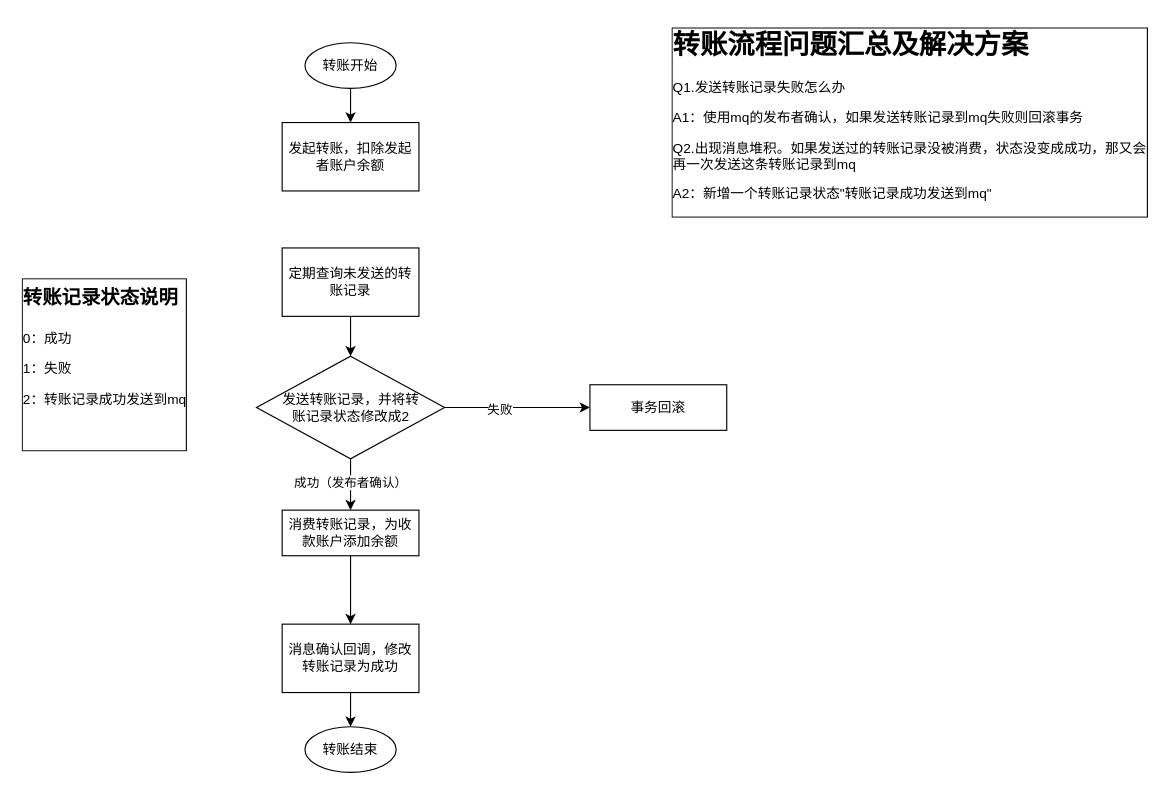
This is transfer.drawio from liepig1223/drawio, a draw.io file, before an edit. Source tidied: cells renumbered, new cells numbered last; positions are measured from the earlier drawing's top-left corner, leaving out a move shared by most shapes. Both pictures are drawn from the tidied source at 114%, with x=0, y=0 at pixel (19, 19).
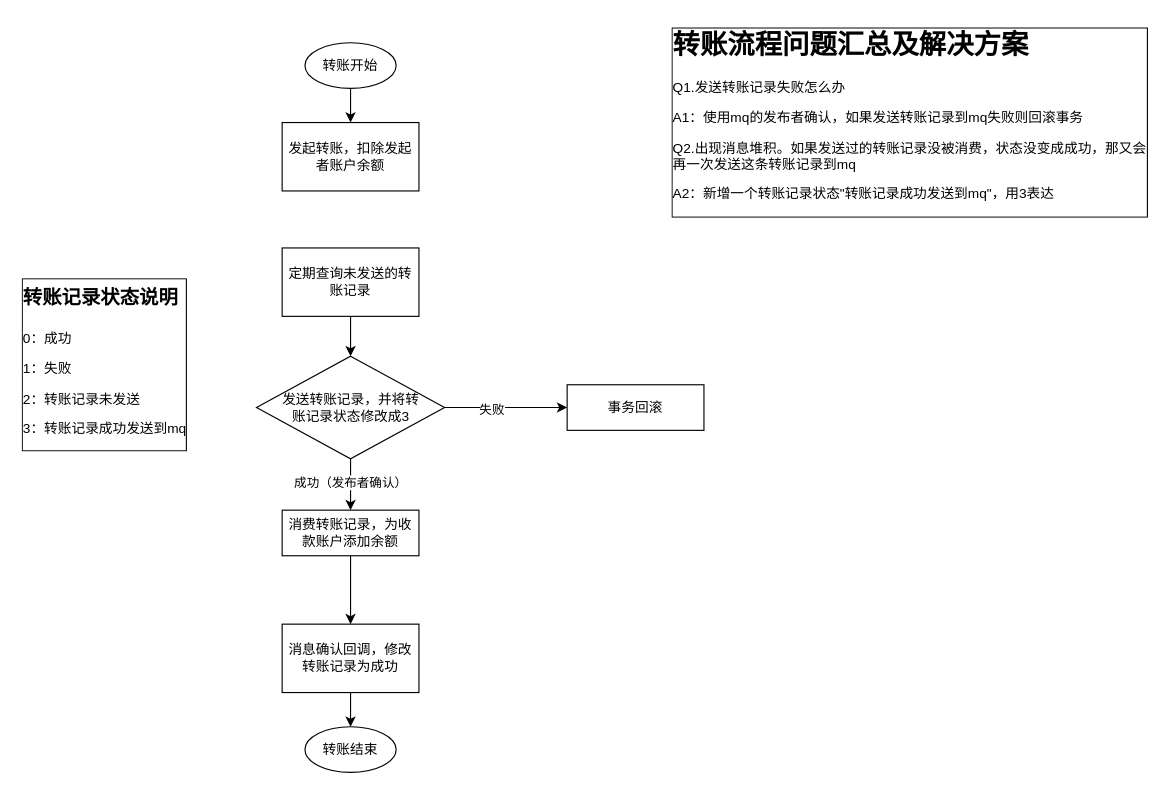
After the change.

The edit, as a diff of the source:
```diff
@@
 <mxGraphModel>
   <root>
     <mxCell id="0" />
     <mxCell id="1" parent="0" />
     <mxCell id="2" style="edgeStyle=orthogonalEdgeStyle;rounded=0;jettySize=auto;html=1;exitX=0.5;exitY=1;exitDx=0;exitDy=0;entryX=0.5;entryY=0;entryDx=0;entryDy=0;" parent="1" edge="1" source="3" target="5">
       <mxGeometry relative="1" as="geometry" />
     </mxCell>
     <mxCell id="3" value="转账开始" style="ellipse;whiteSpace=wrap;html=1;" parent="1" vertex="1">
       <mxGeometry x="250" y="20" width="80" height="40" as="geometry" />
     </mxCell>
     <mxCell id="4" value="转账结束" style="ellipse;whiteSpace=wrap;html=1;" parent="1" vertex="1">
       <mxGeometry x="250" y="620" width="80" height="40" as="geometry" />
     </mxCell>
     <mxCell id="5" value="发起转账，扣除发起者账户余额" style="rounded=0;whiteSpace=wrap;html=1;" parent="1" vertex="1">
       <mxGeometry x="230" y="90" width="120" height="60" as="geometry" />
     </mxCell>
     <mxCell id="6" style="edgeStyle=orthogonalEdgeStyle;rounded=0;jettySize=auto;html=1;exitX=0.5;exitY=1;exitDx=0;exitDy=0;entryX=0.5;entryY=0;entryDx=0;entryDy=0;" parent="1" edge="1" source="7" target="12">
       <mxGeometry relative="1" as="geometry" />
     </mxCell>
     <mxCell id="7" value="定期查询未发送的转账记录" style="rounded=0;whiteSpace=wrap;html=1;" parent="1" vertex="1">
       <mxGeometry x="230" y="200" width="120" height="60" as="geometry" />
     </mxCell>
     <mxCell id="8" style="edgeStyle=orthogonalEdgeStyle;rounded=0;jettySize=auto;html=1;exitX=0.5;exitY=1;exitDx=0;exitDy=0;entryX=0.5;entryY=0;entryDx=0;entryDy=0;" parent="1" edge="1" source="12" target="14">
       <mxGeometry relative="1" as="geometry" />
     </mxCell>
     <mxCell id="9" value="成功（发布者确认）" style="edgeLabel;html=1;align=center;verticalAlign=middle;" parent="8" vertex="1">
       <mxGeometry x="-0.1" y="-1" relative="1" as="geometry" />
     </mxCell>
     <mxCell id="10" style="edgeStyle=orthogonalEdgeStyle;rounded=0;jettySize=auto;html=1;exitX=1;exitY=0.5;exitDx=0;exitDy=0;entryX=0;entryY=0.5;entryDx=0;entryDy=0;" parent="1" edge="1" source="12" target="15">
       <mxGeometry relative="1" as="geometry" />
     </mxCell>
     <mxCell id="11" value="失败" style="edgeLabel;html=1;align=center;verticalAlign=middle;" parent="10" vertex="1">
       <mxGeometry x="-0.24" y="-1" relative="1" as="geometry" />
     </mxCell>
-    <mxCell id="12" value="&lt;div&gt;发送转账记录，并将转&lt;/div&gt;&lt;div&gt;账记录状态修改成2&lt;/div&gt;" style="rhombus;whiteSpace=wrap;html=1;" parent="1" vertex="1">
+    <mxCell id="12" value="&lt;div&gt;发送转账记录，并将转&lt;/div&gt;&lt;div&gt;账记录状态修改成3&lt;/div&gt;" style="rhombus;whiteSpace=wrap;html=1;" parent="1" vertex="1">
       <mxGeometry x="207.5" y="295" width="165" height="90" as="geometry" />
     </mxCell>
     <mxCell id="13" style="edgeStyle=orthogonalEdgeStyle;rounded=0;jettySize=auto;html=1;exitX=0.5;exitY=1;exitDx=0;exitDy=0;entryX=0.5;entryY=0;entryDx=0;entryDy=0;" parent="1" edge="1" source="14" target="17">
       <mxGeometry relative="1" as="geometry" />
     </mxCell>
     <mxCell id="14" value="消费转账记录，为收款账户添加余额" style="rounded=0;whiteSpace=wrap;html=1;" parent="1" vertex="1">
       <mxGeometry x="230" y="430" width="120" height="40" as="geometry" />
     </mxCell>
     <mxCell id="15" value="事务回滚" style="rounded=0;whiteSpace=wrap;html=1;" parent="1" vertex="1">
-      <mxGeometry x="500" y="320" width="120" height="40" as="geometry" />
+      <mxGeometry x="480" y="320" width="120" height="40" as="geometry" />
     </mxCell>
     <mxCell id="16" style="edgeStyle=orthogonalEdgeStyle;rounded=0;jettySize=auto;html=1;exitX=0.5;exitY=1;exitDx=0;exitDy=0;entryX=0.5;entryY=0;entryDx=0;entryDy=0;" parent="1" edge="1" source="17" target="4">
       <mxGeometry relative="1" as="geometry" />
     </mxCell>
     <mxCell id="17" value="消息确认回调，修改转账记录为成功" style="rounded=0;whiteSpace=wrap;html=1;" parent="1" vertex="1">
       <mxGeometry x="230" y="530" width="120" height="60" as="geometry" />
     </mxCell>
-    <mxCell id="18" value="&lt;h1 style=&quot;margin-top: 0px;&quot;&gt;转账流程问题汇总及解决方案&lt;br&gt;&lt;/h1&gt;&lt;p&gt;Q1.发送转账记录失败怎么办&lt;/p&gt;&lt;p&gt;A1：使用mq的发布者确认，如果发送转账记录到mq失败则回滚事务&lt;/p&gt;&lt;p&gt;Q2.出现消息堆积。如果发送过的转账记录没被消费，状态没变成成功，那又会再一次发送这条转账记录到mq&lt;/p&gt;&lt;p&gt;A2：新增一个转账记录状态&quot;转账记录成功发送到mq&quot;&lt;br&gt;&lt;/p&gt;" style="text;html=1;whiteSpace=wrap;overflow=hidden;rounded=0;labelBorderColor=default;" parent="1" vertex="1">
+    <mxCell id="18" value="&lt;h1 style=&quot;margin-top: 0px;&quot;&gt;转账流程问题汇总及解决方案&lt;br&gt;&lt;/h1&gt;&lt;p&gt;Q1.发送转账记录失败怎么办&lt;/p&gt;&lt;p&gt;A1：使用mq的发布者确认，如果发送转账记录到mq失败则回滚事务&lt;/p&gt;&lt;p&gt;Q2.出现消息堆积。如果发送过的转账记录没被消费，状态没变成成功，那又会再一次发送这条转账记录到mq&lt;/p&gt;&lt;p&gt;A2：新增一个转账记录状态&quot;转账记录成功发送到mq&quot;，用3表达&lt;br&gt;&lt;/p&gt;" style="text;html=1;whiteSpace=wrap;overflow=hidden;rounded=0;labelBorderColor=default;" parent="1" vertex="1">
       <mxGeometry x="570" width="420" height="180" as="geometry" />
     </mxCell>
-    <mxCell id="19" value="&lt;h1 style=&quot;margin-top: 0px;&quot;&gt;&lt;font style=&quot;font-size: 17px;&quot;&gt;转账记录状态说明&lt;/font&gt;&lt;br&gt;&lt;/h1&gt;&lt;p&gt;0：成功&lt;/p&gt;&lt;p&gt;1：失败&lt;/p&gt;&lt;p&gt;2：转账记录成功发送到mq&lt;/p&gt;&lt;p&gt;&lt;br&gt;&lt;/p&gt;" style="text;html=1;whiteSpace=wrap;overflow=hidden;rounded=0;labelBorderColor=default;" parent="1" vertex="1">
+    <mxCell id="19" value="&lt;h1 style=&quot;margin-top: 0px;&quot;&gt;&lt;font style=&quot;font-size: 17px;&quot;&gt;转账记录状态说明&lt;/font&gt;&lt;br&gt;&lt;/h1&gt;&lt;p&gt;0：成功&lt;/p&gt;&lt;p&gt;1：失败&lt;/p&gt;&lt;p&gt;2：转账记录未发送&lt;/p&gt;&lt;p&gt;3：转账记录成功发送到mq&lt;/p&gt;" style="text;html=1;whiteSpace=wrap;overflow=hidden;rounded=0;labelBorderColor=default;" parent="1" vertex="1">
       <mxGeometry y="220" width="150" height="180" as="geometry" />
     </mxCell>
   </root>
 </mxGraphModel>
```
